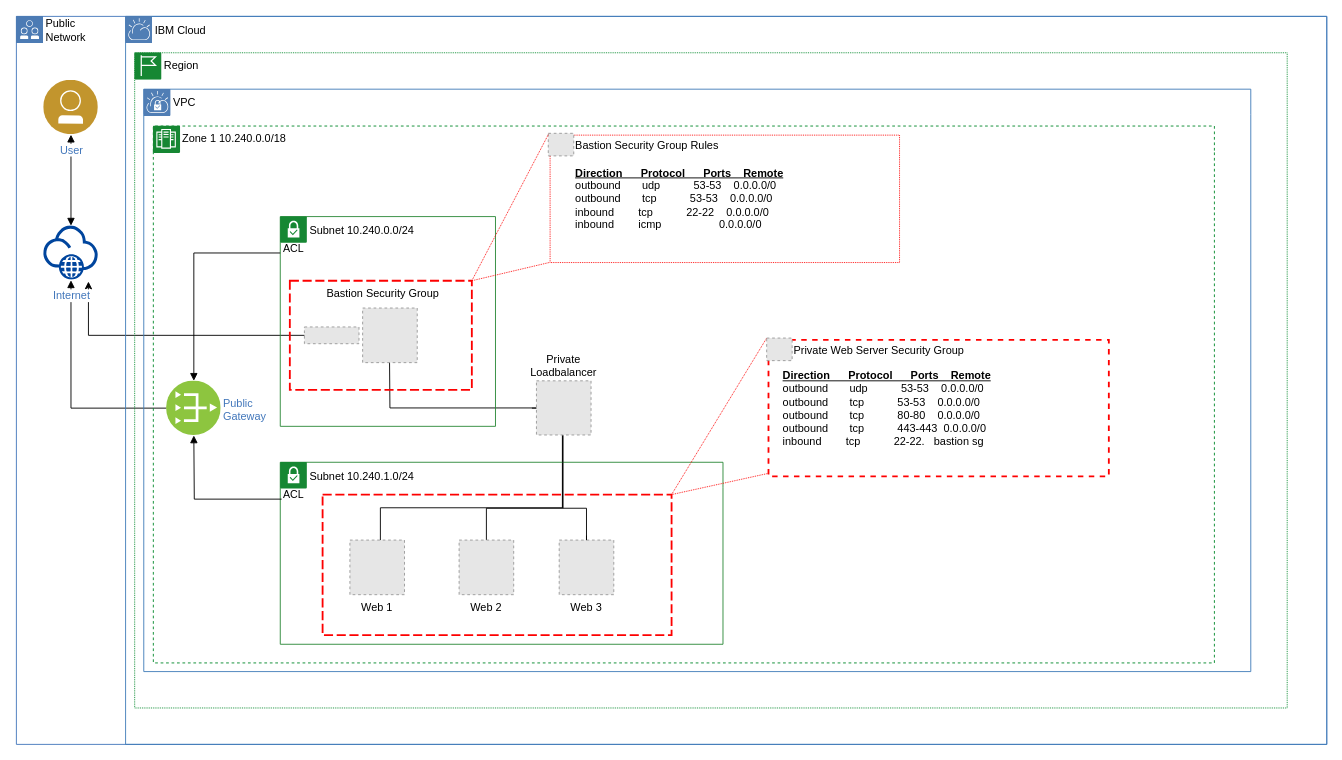
Before: images/vpc-bastion-schematics.drawio in cloud-design-dev/IBM-Cloud-VPC-Bastion-Schematics, a draw.io diagram. Source tidied: cells renumbered, new cells numbered last; positions are measured from the earlier drawing's top-left corner, leaving out a move shared by most shapes. Both pictures are drawn from the tidied source at 91%, with x=0, y=0 at pixel (16, 16). Pictures stored in the file or linked from it are replaced by grey dashed boxes.
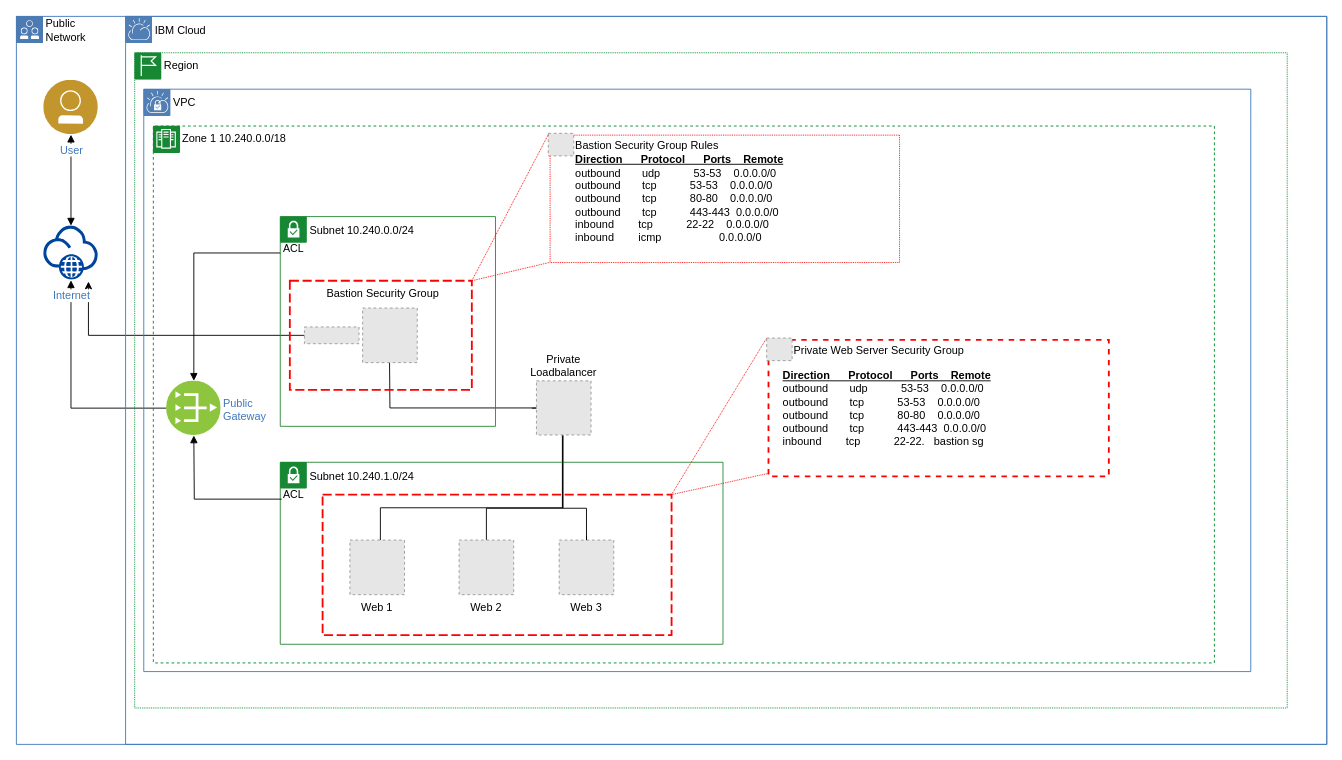
The same diagram, later.

The change refers to these unchanged cells:
```xml
<mxCell id="24" value="Bastion Security Group Rules" style="shape=mxgraph.ibm.box;prType=securitygroup;fontStyle=0;verticalAlign=top;align=left;spacingLeft=32;spacingTop=4;fillColor=#ffffff;rounded=0;whiteSpace=wrap;html=1;strokeColor=#FF0000;strokeWidth=1;dashed=1;spacing=-4;fontFamily=IBM Plex Mono;dashPattern=1 1;" parent="18" vertex="1">
  <mxGeometry x="436" y="10" width="384" height="140" as="geometry" />
</mxCell>
```

What changed in the source:
```diff
@@
-    <mxCell id="26" value="&lt;div&gt;&lt;b&gt;&lt;u&gt;Direction&amp;nbsp; &amp;nbsp; &amp;nbsp; Protocol&amp;nbsp; &amp;nbsp; &amp;nbsp; Ports&amp;nbsp; &amp;nbsp; Remote&lt;/u&gt;&lt;/b&gt;&lt;/div&gt;&lt;div&gt;outbound&amp;nbsp; &amp;nbsp; &amp;nbsp; &amp;nbsp;udp&amp;nbsp; &amp;nbsp; &amp;nbsp; &amp;nbsp; &amp;nbsp; &amp;nbsp;53-53&lt;span&gt;&#9;&lt;/span&gt;&amp;nbsp; &amp;nbsp;0.0.0.0/0&lt;/div&gt;&lt;div&gt;outbound&amp;nbsp; &amp;nbsp; &amp;nbsp; &amp;nbsp;tcp&amp;nbsp; &amp;nbsp; &amp;nbsp; &amp;nbsp; &amp;nbsp; &amp;nbsp;53-53&lt;span&gt;&#9;&lt;/span&gt;&amp;nbsp; &amp;nbsp;0.0.0.0/0&lt;/div&gt;&lt;div&gt;inbound&amp;nbsp; &amp;nbsp; &amp;nbsp; &amp;nbsp; tcp&amp;nbsp; &amp;nbsp; &amp;nbsp; &amp;nbsp; &amp;nbsp; &amp;nbsp;22-22&lt;span&gt;&#9;&lt;/span&gt;&amp;nbsp; &amp;nbsp;0.0.0.0/0&lt;/div&gt;&lt;div&gt;inbound&amp;nbsp; &amp;nbsp; &amp;nbsp; &amp;nbsp; icmp&amp;nbsp; &amp;nbsp; &amp;nbsp; &amp;nbsp; &amp;nbsp; &amp;nbsp; &amp;nbsp; &amp;nbsp; &amp;nbsp; &amp;nbsp;0.0.0.0/0&lt;/div&gt;" style="text;html=1;align=left;verticalAlign=middle;fillColor=none;strokeColor=none;rounded=0;fontFamily=IBM Plex Mono;" parent="24" vertex="1">
-      <mxGeometry x="26" y="30" width="350" height="80" as="geometry" />
+    <mxCell id="26" value="&lt;div&gt;&lt;b&gt;&lt;u&gt;Direction&amp;nbsp; &amp;nbsp; &amp;nbsp; Protocol&amp;nbsp; &amp;nbsp; &amp;nbsp; Ports&amp;nbsp; &amp;nbsp; Remote&lt;/u&gt;&lt;/b&gt;&lt;/div&gt;&lt;div&gt;outbound&amp;nbsp; &amp;nbsp; &amp;nbsp; &amp;nbsp;udp&amp;nbsp; &amp;nbsp; &amp;nbsp; &amp;nbsp; &amp;nbsp; &amp;nbsp;53-53&lt;span&gt;&#9;&lt;/span&gt;&amp;nbsp; &amp;nbsp;0.0.0.0/0&lt;/div&gt;&lt;div&gt;outbound&amp;nbsp; &amp;nbsp; &amp;nbsp; &amp;nbsp;tcp&amp;nbsp; &amp;nbsp; &amp;nbsp; &amp;nbsp; &amp;nbsp; &amp;nbsp;53-53&lt;span&gt;&#9;&lt;/span&gt;&amp;nbsp; &amp;nbsp;0.0.0.0/0&lt;/div&gt;&lt;div&gt;outbound&amp;nbsp; &amp;nbsp; &amp;nbsp; &amp;nbsp;tcp&amp;nbsp; &amp;nbsp; &amp;nbsp; &amp;nbsp; &amp;nbsp; &amp;nbsp;80-80&amp;nbsp; &amp;nbsp; 0.0.0.0/0&lt;br&gt;&lt;/div&gt;&lt;div&gt;outbound&amp;nbsp; &amp;nbsp; &amp;nbsp; &amp;nbsp;tcp&amp;nbsp; &amp;nbsp; &amp;nbsp; &amp;nbsp; &amp;nbsp; &amp;nbsp;443-443&amp;nbsp; 0.0.0.0/0&lt;br&gt;&lt;/div&gt;&lt;div&gt;inbound&amp;nbsp; &amp;nbsp; &amp;nbsp; &amp;nbsp; tcp&amp;nbsp; &amp;nbsp; &amp;nbsp; &amp;nbsp; &amp;nbsp; &amp;nbsp;22-22&lt;span&gt;&#9;&lt;/span&gt;&amp;nbsp; &amp;nbsp;0.0.0.0/0&lt;/div&gt;&lt;div&gt;inbound&amp;nbsp; &amp;nbsp; &amp;nbsp; &amp;nbsp; icmp&amp;nbsp; &amp;nbsp; &amp;nbsp; &amp;nbsp; &amp;nbsp; &amp;nbsp; &amp;nbsp; &amp;nbsp; &amp;nbsp; &amp;nbsp;0.0.0.0/0&lt;/div&gt;" style="text;html=1;align=left;verticalAlign=middle;fillColor=none;strokeColor=none;rounded=0;fontFamily=IBM Plex Mono;" parent="24" vertex="1">
+      <mxGeometry x="26" y="20" width="350" height="100" as="geometry" />
     </mxCell>
```
